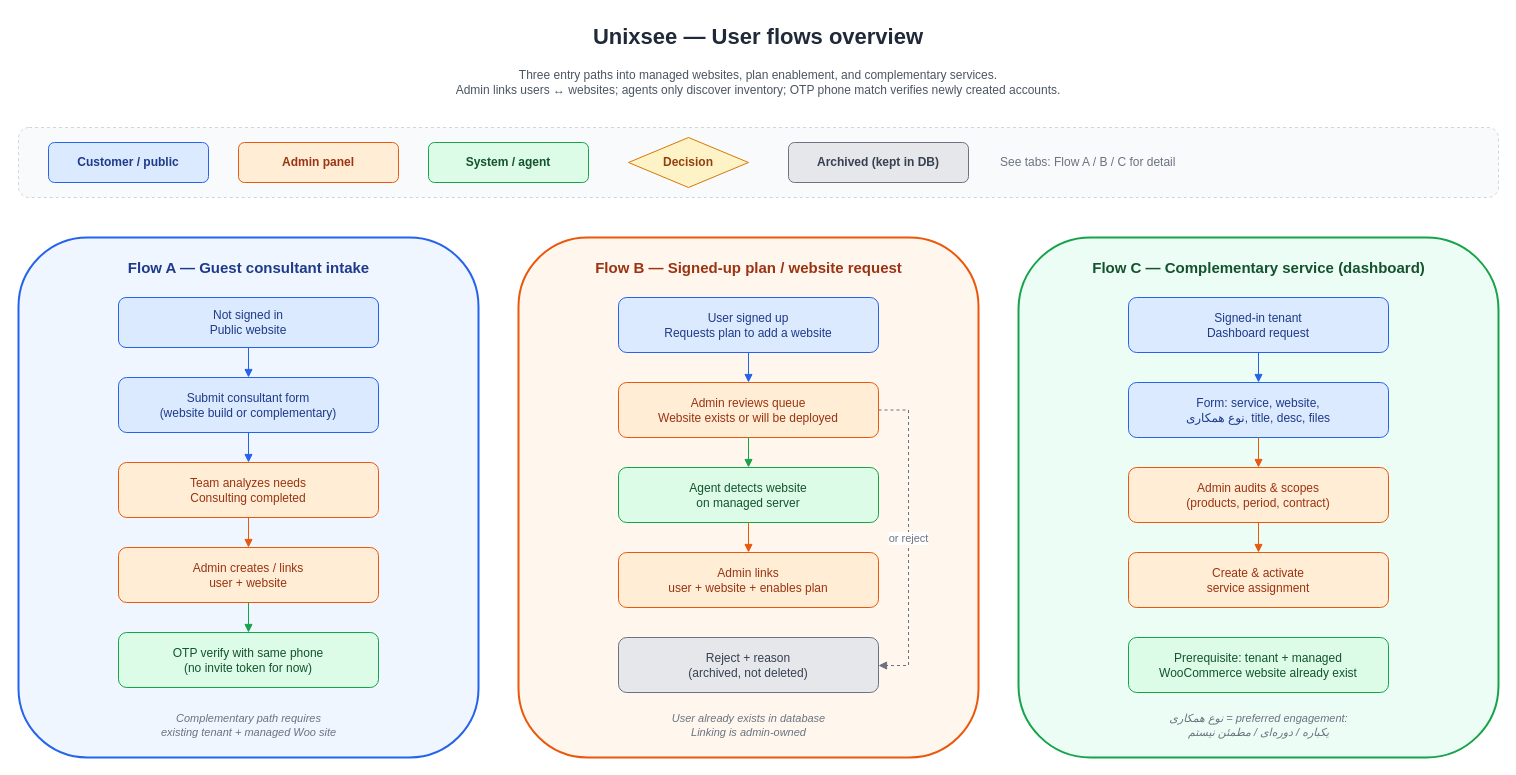
The draw.io diagram page "Overview" (1 of 4) of docs/product/diagrams/user-flows.drawio in arvin-ramezani/unixsee-monorepo, before the edit. Source tidied: cells renumbered, new cells numbered last; positions are measured from the earlier drawing's top-left corner, leaving out a move shared by most shapes. Both pictures are drawn from the tidied source at 100%, with x=0, y=0 at pixel (18, 17).
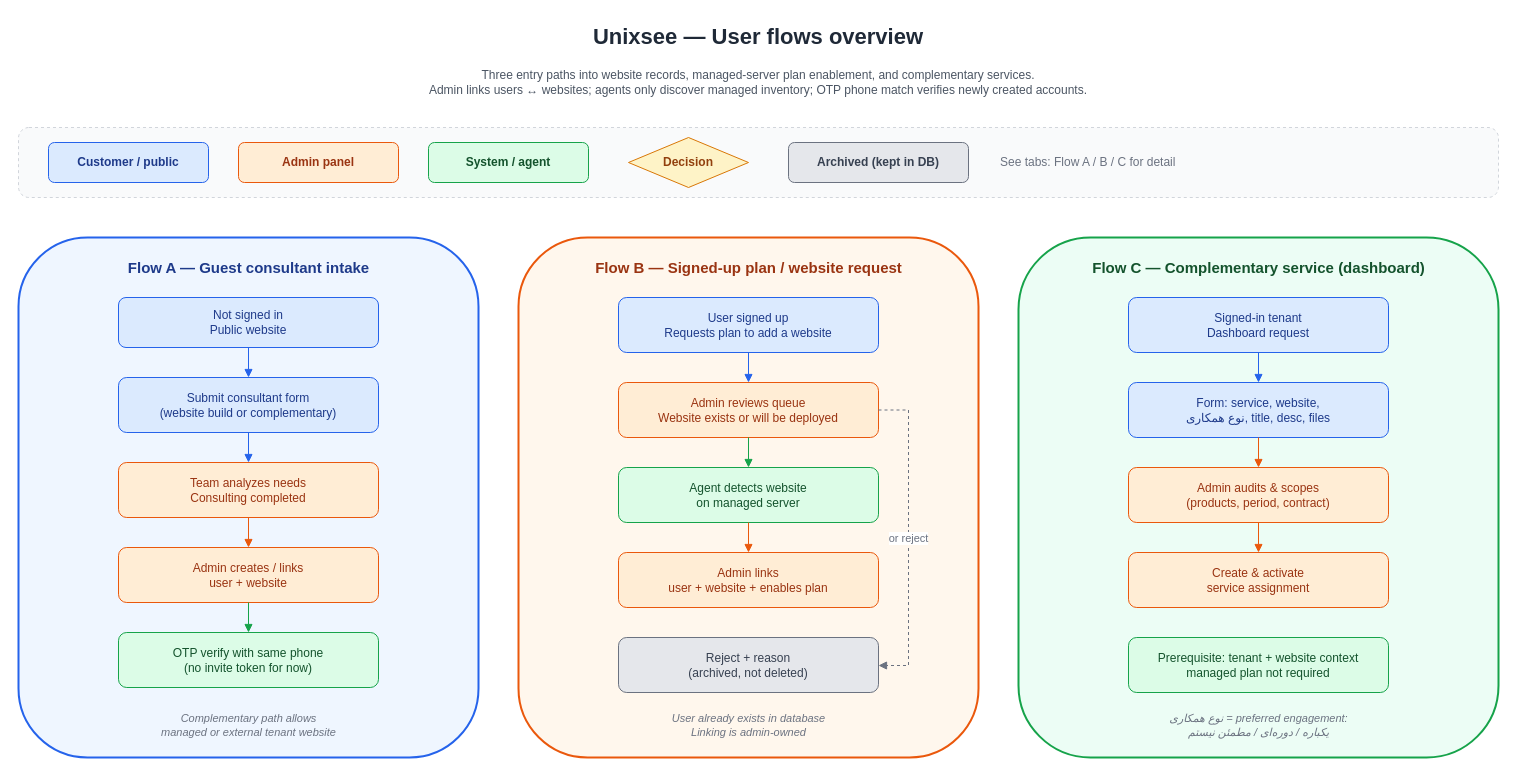
The same diagram, later.

Change to the diagram source:
```diff
@@
-    <mxCell id="3" value="Three entry paths into managed websites, plan enablement, and complementary services.&#10;Admin links users ↔ websites; agents only discover inventory; OTP phone match verifies newly created accounts." style="text;html=1;strokeColor=none;fillColor=none;align=center;verticalAlign=middle;whiteSpace=wrap;rounded=0;fontSize=12;fontColor=#4B5563;" parent="1" vertex="1">
+    <mxCell id="3" value="Three entry paths into website records, managed-server plan enablement, and complementary services.&#10;Admin links users ↔ websites; agents only discover managed inventory; OTP phone match verifies newly created accounts." style="text;html=1;strokeColor=none;fillColor=none;align=center;verticalAlign=middle;whiteSpace=wrap;rounded=0;fontSize=12;fontColor=#4B5563;" parent="1" vertex="1">
       <mxGeometry x="300" y="40" width="880" height="50" as="geometry" />
     </mxCell>
@@
-    <mxCell id="18" value="Complementary path requires&#10;existing tenant + managed Woo site" style="text;html=1;strokeColor=none;fillColor=none;align=center;verticalAlign=middle;fontSize=11;fontColor=#6B7280;fontStyle=2;" parent="1" vertex="1">
+    <mxCell id="18" value="Complementary path allows&#10;managed or external tenant website" style="text;html=1;strokeColor=none;fillColor=none;align=center;verticalAlign=middle;fontSize=11;fontColor=#6B7280;fontStyle=2;" parent="1" vertex="1">
       <mxGeometry x="30" y="690" width="400" height="35" as="geometry" />
     </mxCell>
@@
-    <mxCell id="41" value="Prerequisite: tenant + managed&#10;WooCommerce website already exist" style="rounded=1;whiteSpace=wrap;html=1;fillColor=#DCFCE7;strokeColor=#16A34A;fontColor=#14532D;" parent="1" vertex="1">
+    <mxCell id="41" value="Prerequisite: tenant + website context&#10;managed plan not required" style="rounded=1;whiteSpace=wrap;html=1;fillColor=#DCFCE7;strokeColor=#16A34A;fontColor=#14532D;" parent="1" vertex="1">
       <mxGeometry x="1110" y="620" width="260" height="55" as="geometry" />
     </mxCell>
```
